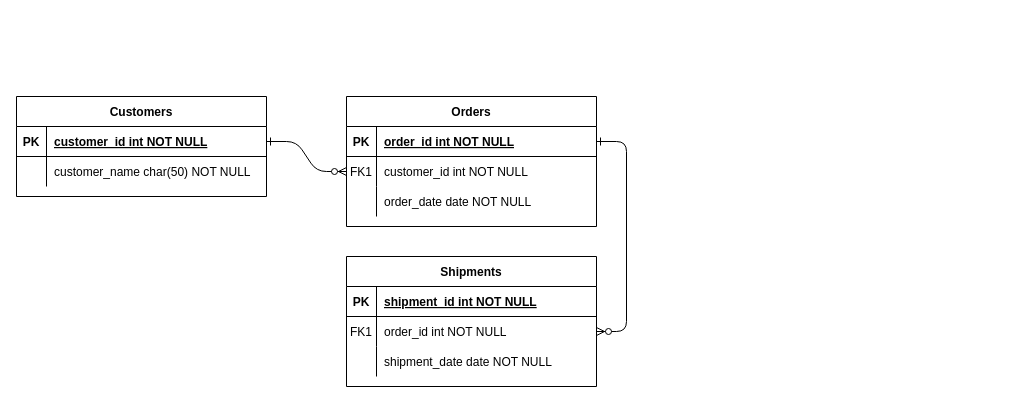
Earlier version of the draw.io diagram stripe_relation.drawio (palomabarroso/architecture). Source tidied: cells renumbered, new cells numbered last; positions are measured from the earlier drawing's top-left corner, leaving out a move shared by most shapes. Both pictures are drawn from the tidied source at 100%, with x=0, y=0 at pixel (16, 96).
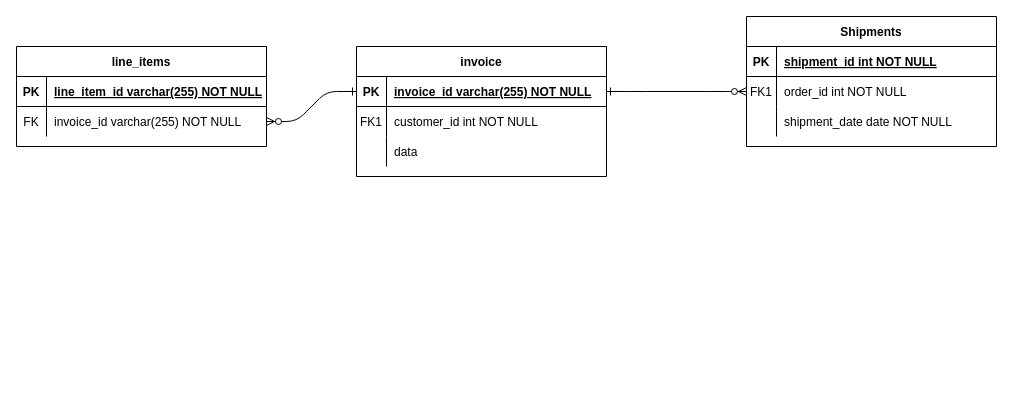
Above is the later version.

The change refers to these unchanged cells:
```xml
<mxCell id="5" style="shape=partialRectangle;fillColor=none;points=[[0,0.5],[1,0.5]];portConstraint=eastwest;top=0;left=0;right=0;bottom=1;" parent="4" vertex="1">
  <mxGeometry y="30" width="250" height="30" as="geometry" />
</mxCell>
<mxCell id="8" style="shape=partialRectangle;fillColor=none;points=[[0,0.5],[1,0.5]];portConstraint=eastwest;top=0;left=0;right=0;bottom=0;" parent="4" vertex="1">
  <mxGeometry y="60" width="250" height="30" as="geometry" />
</mxCell>
<mxCell id="11" style="shape=partialRectangle;fillColor=none;top=0;left=0;right=0;bottom=0;" parent="4" vertex="1">
  <mxGeometry y="90" width="250" height="30" as="geometry" />
</mxCell>
<mxCell id="25" style="shape=partialRectangle;fillColor=none;points=[[0,0.5],[1,0.5]];portConstraint=eastwest;top=0;left=0;right=0;bottom=1;" parent="24" vertex="1">
  <mxGeometry y="30" width="250" height="30" as="geometry" />
</mxCell>
<mxCell id="28" style="shape=partialRectangle;fillColor=none;points=[[0,0.5],[1,0.5]];portConstraint=eastwest;top=0;left=0;right=0;bottom=0;" parent="24" vertex="1">
  <mxGeometry y="60" width="250" height="30" as="geometry" />
</mxCell>
```

Diff of the diagram source:
```diff
@@
-    <mxCell id="2" style="edgeStyle=entityRelationEdgeStyle;endArrow=ERzeroToMany;startArrow=ERone;endFill=1;startFill=0;" parent="1" edge="1" source="25" target="8">
-      <mxGeometry relative="1" as="geometry" />
-    </mxCell>
@@
-    <mxCell id="4" value="Orders" style="shape=table;startSize=30;childLayout=tableLayout;rowLines=0;fontStyle=1;align=center;" parent="1" vertex="1">
-      <mxGeometry x="330" width="250" height="130" as="geometry" />
+    <mxCell id="4" value="invoice" style="shape=table;startSize=30;childLayout=tableLayout;rowLines=0;fontStyle=1;align=center;" parent="1" vertex="1">
+      <mxGeometry x="340" y="-50" width="250" height="130" as="geometry" />
     </mxCell>
@@
-    <mxCell id="7" value="order_id int NOT NULL " style="shape=partialRectangle;overflow=hidden;fillColor=none;top=0;left=0;bottom=0;right=0;align=left;spacingLeft=6;fontStyle=5;" parent="5" vertex="1">
+    <mxCell id="7" value="invoice_id varchar(255) NOT NULL " style="shape=partialRectangle;overflow=hidden;fillColor=none;top=0;left=0;bottom=0;right=0;align=left;spacingLeft=6;fontStyle=5;" parent="5" vertex="1">
       <mxGeometry x="30" width="220" height="30" as="geometry" />
     </mxCell>
@@
-    <mxCell id="13" value="order_date date NOT NULL" style="shape=partialRectangle;overflow=hidden;fillColor=none;top=0;left=0;bottom=0;right=0;align=left;spacingLeft=6;" parent="11" vertex="1">
+    <mxCell id="13" value="data" style="shape=partialRectangle;overflow=hidden;fillColor=none;top=0;left=0;bottom=0;right=0;align=left;spacingLeft=6;" parent="11" vertex="1">
       <mxGeometry x="30" width="220" height="30" as="geometry" />
     </mxCell>
     <mxCell id="14" value="Shipments" style="shape=table;startSize=30;childLayout=tableLayout;rowLines=0;fontStyle=1;align=center;" parent="1" vertex="1">
-      <mxGeometry x="330" y="160" width="250" height="130" as="geometry" />
+      <mxGeometry x="730" y="-80" width="250" height="130" as="geometry" />
     </mxCell>
@@
-    <mxCell id="24" value="Customers" style="shape=table;startSize=30;childLayout=tableLayout;rowLines=0;fontStyle=1;align=center;" parent="1" vertex="1">
-      <mxGeometry width="250" height="100" as="geometry" />
+    <mxCell id="24" value="line_items" style="shape=table;startSize=30;childLayout=tableLayout;rowLines=0;fontStyle=1;align=center;" parent="1" vertex="1">
+      <mxGeometry y="-50" width="250" height="100" as="geometry" />
     </mxCell>
@@
-    <mxCell id="27" value="customer_id int NOT NULL " style="shape=partialRectangle;overflow=hidden;fillColor=none;top=0;left=0;bottom=0;right=0;align=left;spacingLeft=6;fontStyle=5;" parent="25" vertex="1">
+    <mxCell id="27" value="line_item_id varchar(255) NOT NULL " style="shape=partialRectangle;overflow=hidden;fillColor=none;top=0;left=0;bottom=0;right=0;align=left;spacingLeft=6;fontStyle=5;" parent="25" vertex="1">
       <mxGeometry x="30" width="220" height="30" as="geometry" />
     </mxCell>
@@
-    <mxCell id="29" style="shape=partialRectangle;overflow=hidden;fillColor=none;top=0;left=0;bottom=0;right=0;" parent="28" vertex="1">
+    <mxCell id="29" value="FK" style="shape=partialRectangle;overflow=hidden;fillColor=none;top=0;left=0;bottom=0;right=0;" parent="28" vertex="1">
       <mxGeometry width="30" height="30" as="geometry" />
     </mxCell>
-    <mxCell id="30" value="customer_name char(50) NOT NULL" style="shape=partialRectangle;overflow=hidden;fillColor=none;top=0;left=0;bottom=0;right=0;align=left;spacingLeft=6;" parent="28" vertex="1">
+    <mxCell id="30" value="invoice_id varchar(255) NOT NULL" style="shape=partialRectangle;overflow=hidden;fillColor=none;top=0;left=0;bottom=0;right=0;align=left;spacingLeft=6;" parent="28" vertex="1">
       <mxGeometry x="30" width="220" height="30" as="geometry" />
     </mxCell>
+    <mxCell id="2" style="edgeStyle=entityRelationEdgeStyle;endArrow=ERzeroToMany;startArrow=ERone;endFill=1;startFill=0;exitX=0;exitY=0.5;exitDx=0;exitDy=0;" parent="1" edge="1" source="5" target="28">
+      <mxGeometry relative="1" as="geometry" />
+    </mxCell>
```
